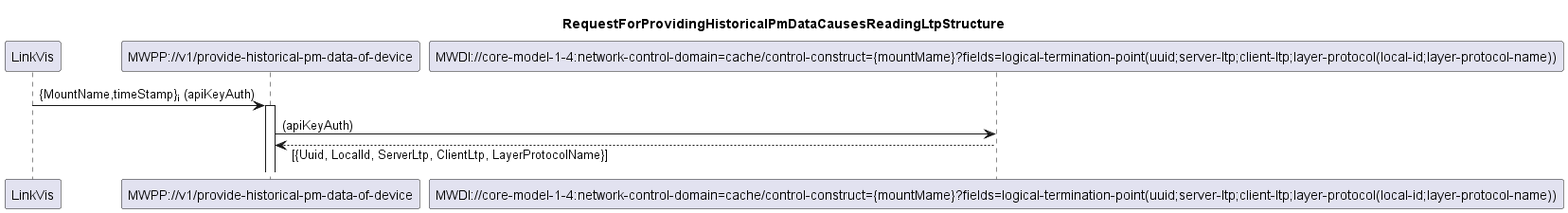
openBackhaul/MicroWavePerformanceProxy keeps this PlantUML diagram as spec/diagrams/000_ReadingLtpStructure.png. Above is the earlier version.
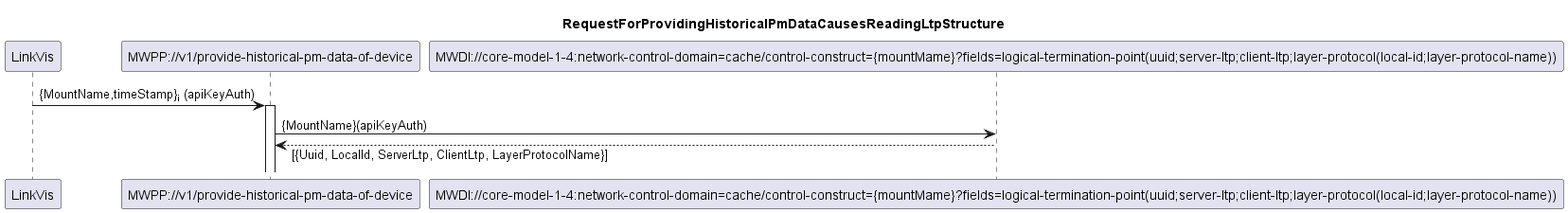
The same diagram one commit later.

The edit, as a diff of the source:
```diff
@@ -11,7 +11,7 @@
 
 LinkVis -> MWPP: {MountName,timeStamp}<sub>i</sub> (apiKeyAuth)
 activate MWPP
-MWPP -> ReadingLtpStructure: (apiKeyAuth)
+MWPP -> ReadingLtpStructure: {MountName}(apiKeyAuth)
 ReadingLtpStructure --> MWPP: [{Uuid, LocalId, ServerLtp, ClientLtp, LayerProtocolName}]
 
 @enduml
```
